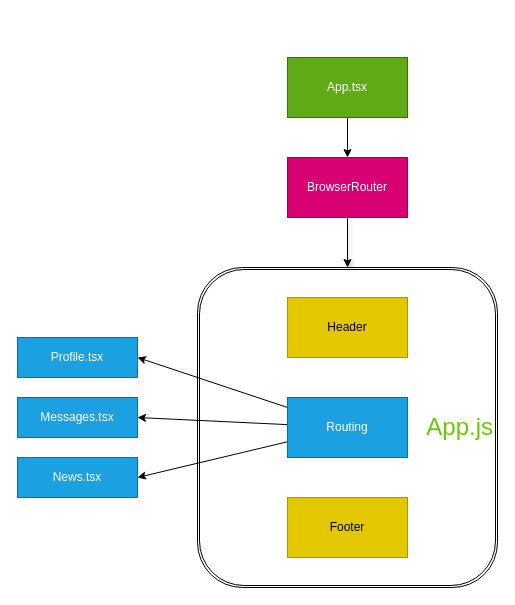
Above: page "App" (1 of 5) of net_social.drawio in MillionerMIN/net-social (draw.io), before the change. Source tidied: cells renumbered, new cells numbered last; positions are measured from the earlier drawing's top-left corner, leaving out a move shared by most shapes. Both pictures are drawn from the tidied source at 100%, with x=0, y=0 at pixel (17, 57).
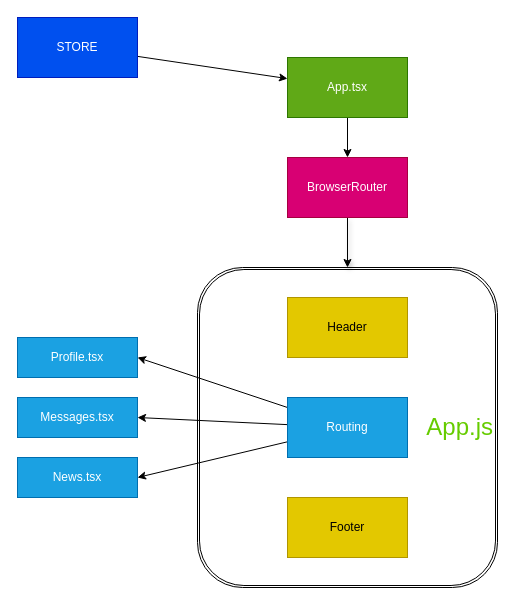
Above is the later version.

What changed in the source:
```diff
@@
 <mxGraphModel>
   <root>
     <mxCell id="0" />
     <mxCell id="1" parent="0" />
     <mxCell id="2" value="&lt;h1 style=&quot;text-align: left&quot;&gt;&lt;span style=&quot;font-weight: normal&quot;&gt;&lt;font style=&quot;font-size: 24px ; line-height: 1&quot; color=&quot;#66cc00&quot;&gt;App.js&lt;/font&gt;&lt;/span&gt;&lt;br&gt;&lt;/h1&gt;" style="shape=ext;double=1;rounded=1;whiteSpace=wrap;html=1;fontStyle=1;gradientColor=none;fillColor=none;align=right;shadow=0;glass=0;sketch=0;" parent="1" vertex="1">
       <mxGeometry x="180" y="210" width="300" height="320" as="geometry" />
     </mxCell>
     <mxCell id="3" style="edgeStyle=none;html=1;exitX=0.5;exitY=1;exitDx=0;exitDy=0;entryX=0.5;entryY=0;entryDx=0;entryDy=0;" parent="1" edge="1" source="4" target="6">
       <mxGeometry relative="1" as="geometry" />
     </mxCell>
     <mxCell id="4" value="App.tsx" style="whiteSpace=wrap;html=1;fillColor=#60a917;fontColor=#ffffff;strokeColor=#2D7600;" parent="1" vertex="1">
       <mxGeometry x="270" width="120" height="60" as="geometry" />
     </mxCell>
     <mxCell id="5" style="edgeStyle=none;html=1;exitX=0.5;exitY=1;exitDx=0;exitDy=0;shadow=1;" parent="1" edge="1" source="6">
       <mxGeometry relative="1" as="geometry">
         <mxPoint x="330" y="210" as="targetPoint" />
       </mxGeometry>
     </mxCell>
     <mxCell id="6" value="BrowserRouter" style="whiteSpace=wrap;html=1;fillColor=#d80073;fontColor=#ffffff;strokeColor=#A50040;" parent="1" vertex="1">
       <mxGeometry x="270" y="100" width="120" height="60" as="geometry" />
     </mxCell>
     <mxCell id="7" style="edgeStyle=none;html=1;" parent="1" edge="1" source="10">
       <mxGeometry relative="1" as="geometry">
         <mxPoint x="120" y="300" as="targetPoint" />
       </mxGeometry>
     </mxCell>
     <mxCell id="8" style="edgeStyle=none;html=1;" parent="1" edge="1" source="10">
       <mxGeometry relative="1" as="geometry">
         <mxPoint x="120" y="360" as="targetPoint" />
       </mxGeometry>
     </mxCell>
     <mxCell id="9" style="edgeStyle=none;html=1;entryX=1;entryY=0.5;entryDx=0;entryDy=0;" parent="1" edge="1" source="10" target="15">
       <mxGeometry relative="1" as="geometry" />
     </mxCell>
     <mxCell id="10" value="Routing" style="whiteSpace=wrap;html=1;fillColor=#1ba1e2;fontColor=#ffffff;strokeColor=#006EAF;" parent="1" vertex="1">
       <mxGeometry x="270" y="340" width="120" height="60" as="geometry" />
     </mxCell>
     <mxCell id="11" value="Header" style="whiteSpace=wrap;html=1;fillColor=#e3c800;fontColor=#000000;strokeColor=#B09500;" parent="1" vertex="1">
       <mxGeometry x="270" y="240" width="120" height="60" as="geometry" />
     </mxCell>
     <mxCell id="12" value="Footer" style="whiteSpace=wrap;html=1;fillColor=#e3c800;fontColor=#000000;strokeColor=#B09500;" parent="1" vertex="1">
       <mxGeometry x="270" y="440" width="120" height="60" as="geometry" />
     </mxCell>
     <mxCell id="13" value="Profile.tsx" style="whiteSpace=wrap;html=1;fillColor=#1ba1e2;fontColor=#ffffff;strokeColor=#006EAF;" parent="1" vertex="1">
       <mxGeometry y="280" width="120" height="40" as="geometry" />
     </mxCell>
     <mxCell id="14" value="Messages.tsx" style="whiteSpace=wrap;html=1;fillColor=#1ba1e2;fontColor=#ffffff;strokeColor=#006EAF;" parent="1" vertex="1">
       <mxGeometry y="340" width="120" height="40" as="geometry" />
     </mxCell>
     <mxCell id="15" value="News.tsx" style="whiteSpace=wrap;html=1;fillColor=#1ba1e2;fontColor=#ffffff;strokeColor=#006EAF;" parent="1" vertex="1">
       <mxGeometry y="400" width="120" height="40" as="geometry" />
     </mxCell>
+    <mxCell id="16" style="edgeStyle=none;html=1;" parent="1" edge="1" source="17" target="4">
+      <mxGeometry relative="1" as="geometry" />
+    </mxCell>
+    <mxCell id="17" value="STORE" style="whiteSpace=wrap;html=1;fillColor=#0050ef;fontColor=#ffffff;strokeColor=#001DBC;" parent="1" vertex="1">
+      <mxGeometry y="-40" width="120" height="60" as="geometry" />
+    </mxCell>
   </root>
 </mxGraphModel>
```
